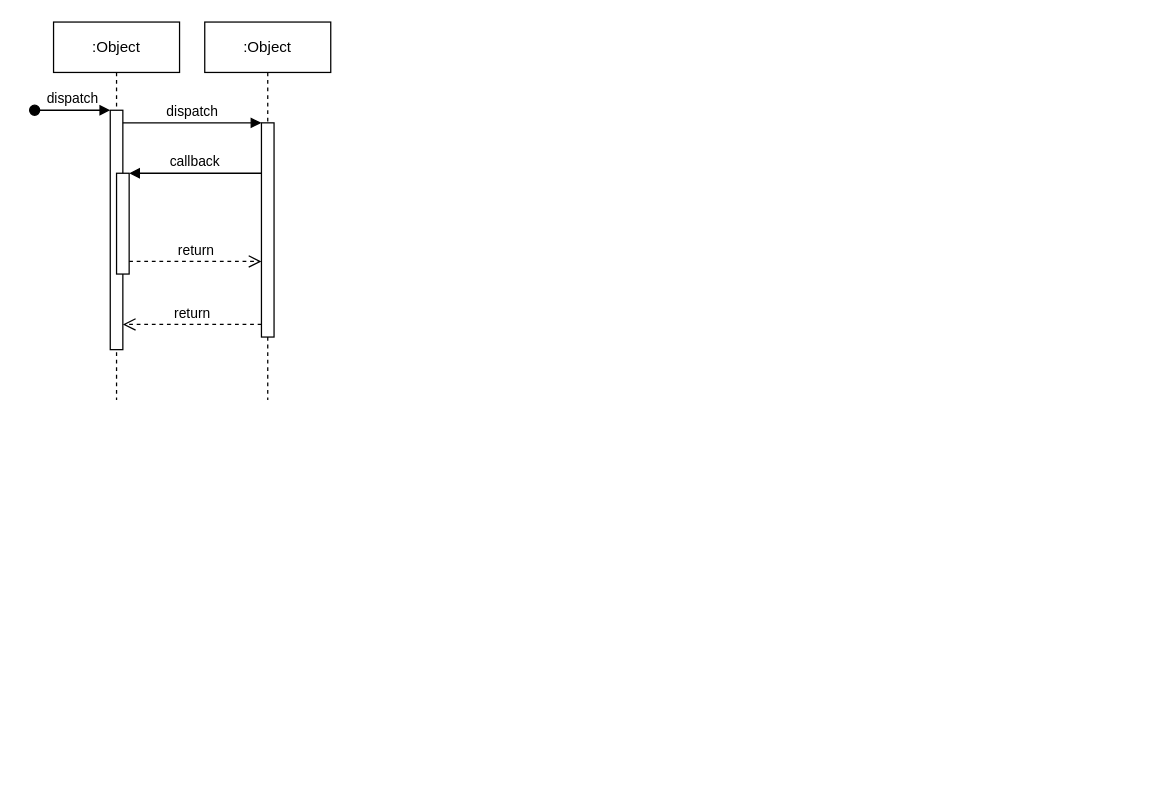
Before: demo-spring-boot/标准的用户+密码登录时序图.drawio in dexterleslie1/demonstration, a draw.io diagram. Source tidied: cells renumbered, new cells numbered last; positions are measured from the earlier drawing's top-left corner, leaving out a move shared by most shapes. Both pictures are drawn from the tidied source at 126%, with x=0, y=0 at pixel (34, 21).
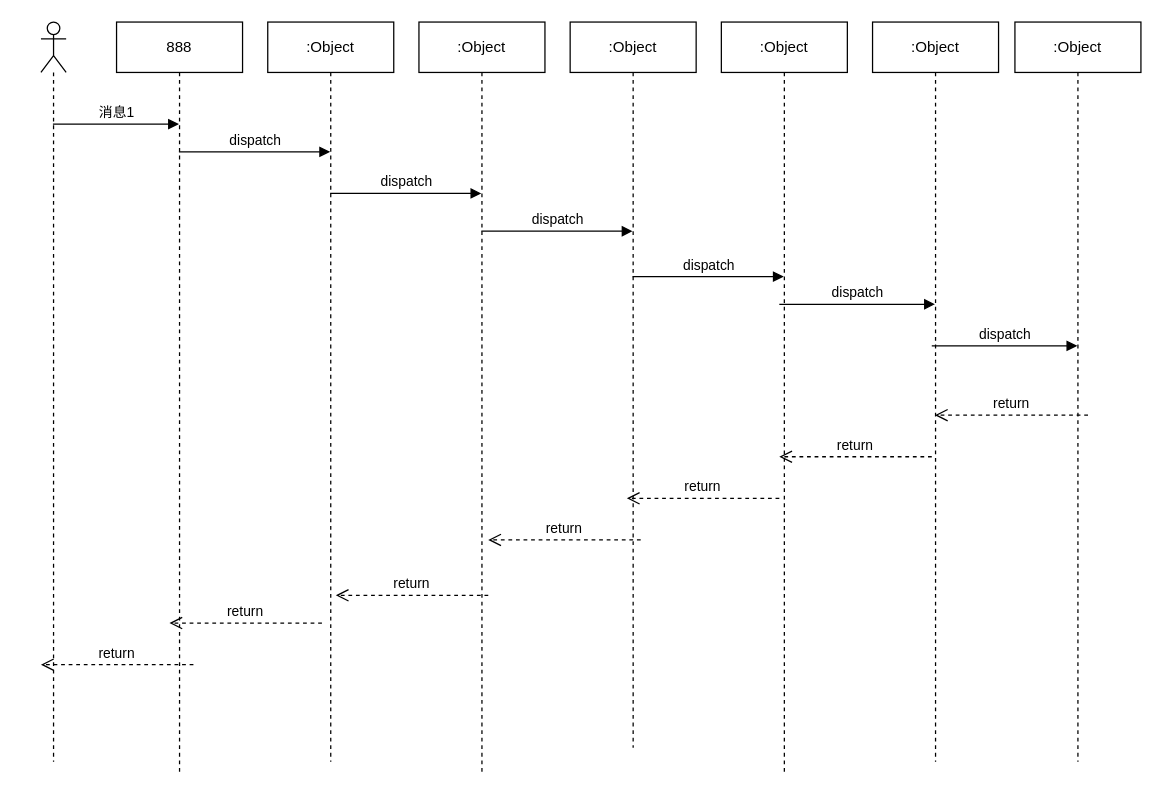
Above is the later version.

Commit message:
更新标准的用户+密码登录时序图.drawio

Diff of the diagram source:
```diff
@@
-    <mxCell id="2" value=":Object" style="shape=umlLifeline;perimeter=lifelinePerimeter;whiteSpace=wrap;html=1;newEdgeStyle={&quot;edgeStyle&quot;:&quot;elbowEdgeStyle&quot;,&quot;elbow&quot;:&quot;vertical&quot;,&quot;curved&quot;:0,&quot;rounded&quot;:0};" parent="1" vertex="1">
-      <mxGeometry x="15" width="100" height="300" as="geometry" />
-    </mxCell>
-    <mxCell id="3" style="html=1;points=[];perimeter=orthogonalPerimeter;outlineConnect=0;targetShapes=umlLifeline;portConstraint=eastwest;newEdgeStyle={&quot;edgeStyle&quot;:&quot;elbowEdgeStyle&quot;,&quot;elbow&quot;:&quot;vertical&quot;,&quot;curved&quot;:0,&quot;rounded&quot;:0};" parent="2" vertex="1">
-      <mxGeometry x="45" y="70" width="10" height="190" as="geometry" />
-    </mxCell>
-    <mxCell id="4" value="dispatch" style="html=1;verticalAlign=bottom;startArrow=oval;endArrow=block;startSize=8;edgeStyle=elbowEdgeStyle;elbow=vertical;curved=0;rounded=0;" parent="2" edge="1" target="3">
-      <mxGeometry relative="1" as="geometry">
-        <mxPoint x="-15" y="70" as="sourcePoint" />
-      </mxGeometry>
-    </mxCell>
-    <mxCell id="5" style="html=1;points=[];perimeter=orthogonalPerimeter;outlineConnect=0;targetShapes=umlLifeline;portConstraint=eastwest;newEdgeStyle={&quot;edgeStyle&quot;:&quot;elbowEdgeStyle&quot;,&quot;elbow&quot;:&quot;vertical&quot;,&quot;curved&quot;:0,&quot;rounded&quot;:0};" parent="2" vertex="1">
-      <mxGeometry x="50" y="120" width="10" height="80" as="geometry" />
-    </mxCell>
-    <mxCell id="6" value=":Object" style="shape=umlLifeline;perimeter=lifelinePerimeter;whiteSpace=wrap;html=1;newEdgeStyle={&quot;edgeStyle&quot;:&quot;elbowEdgeStyle&quot;,&quot;elbow&quot;:&quot;vertical&quot;,&quot;curved&quot;:0,&quot;rounded&quot;:0};" parent="1" vertex="1">
-      <mxGeometry x="135" width="100" height="300" as="geometry" />
-    </mxCell>
-    <mxCell id="7" style="html=1;points=[];perimeter=orthogonalPerimeter;outlineConnect=0;targetShapes=umlLifeline;portConstraint=eastwest;newEdgeStyle={&quot;edgeStyle&quot;:&quot;elbowEdgeStyle&quot;,&quot;elbow&quot;:&quot;vertical&quot;,&quot;curved&quot;:0,&quot;rounded&quot;:0};" parent="6" vertex="1">
-      <mxGeometry x="45" y="80" width="10" height="170" as="geometry" />
-    </mxCell>
-    <mxCell id="8" value="dispatch" style="html=1;verticalAlign=bottom;endArrow=block;edgeStyle=elbowEdgeStyle;elbow=vertical;curved=0;rounded=0;" parent="1" edge="1" source="3" target="7">
-      <mxGeometry relative="1" as="geometry">
-        <Array as="points">
-          <mxPoint x="155" y="80" />
-        </Array>
-      </mxGeometry>
-    </mxCell>
-    <mxCell id="9" value="return" style="html=1;verticalAlign=bottom;endArrow=open;dashed=1;endSize=8;edgeStyle=elbowEdgeStyle;elbow=vertical;curved=0;rounded=0;" parent="1" edge="1" source="7" target="3">
-      <mxGeometry relative="1" as="geometry">
-        <Array as="points">
-          <mxPoint x="165" y="240" />
-        </Array>
-      </mxGeometry>
-    </mxCell>
-    <mxCell id="10" value="callback" style="html=1;verticalAlign=bottom;endArrow=block;edgeStyle=elbowEdgeStyle;elbow=vertical;curved=0;rounded=0;" parent="1" edge="1" source="7" target="5">
-      <mxGeometry relative="1" as="geometry">
-        <Array as="points">
-          <mxPoint x="165" y="120" />
-        </Array>
-      </mxGeometry>
-    </mxCell>
-    <mxCell id="11" value="return" style="html=1;verticalAlign=bottom;endArrow=open;dashed=1;endSize=8;edgeStyle=elbowEdgeStyle;elbow=vertical;curved=0;rounded=0;" parent="1" edge="1" source="5" target="7">
-      <mxGeometry relative="1" as="geometry">
-        <Array as="points">
-          <mxPoint x="155" y="190" />
-        </Array>
-      </mxGeometry>
-    </mxCell>
+    <mxCell id="12" style="shape=umlLifeline;perimeter=lifelinePerimeter;whiteSpace=wrap;html=1;outlineConnect=0;portConstraint=eastwest;newEdgeStyle={&quot;curved&quot;:0,&quot;rounded&quot;:0};participant=umlActor;" parent="1" vertex="1">
+      <mxGeometry x="5" width="20" height="587" as="geometry" />
+    </mxCell>
+    <mxCell id="13" value="888" style="shape=umlLifeline;perimeter=lifelinePerimeter;whiteSpace=wrap;html=1;outlineConnect=0;portConstraint=eastwest;newEdgeStyle={&quot;curved&quot;:0,&quot;rounded&quot;:0};" parent="1" vertex="1">
+      <mxGeometry x="65" width="100" height="598" as="geometry" />
+    </mxCell>
+    <mxCell id="14" value=":Object" style="shape=umlLifeline;perimeter=lifelinePerimeter;whiteSpace=wrap;html=1;outlineConnect=0;portConstraint=eastwest;newEdgeStyle={&quot;curved&quot;:0,&quot;rounded&quot;:0};" parent="1" vertex="1">
+      <mxGeometry x="185" width="100" height="587" as="geometry" />
+    </mxCell>
+    <mxCell id="15" value=":Object" style="shape=umlLifeline;perimeter=lifelinePerimeter;whiteSpace=wrap;html=1;newEdgeStyle={&quot;curved&quot;:0,&quot;rounded&quot;:0};" parent="1" vertex="1">
+      <mxGeometry x="305" width="100" height="598" as="geometry" />
+    </mxCell>
+    <mxCell id="16" value=":Object" style="shape=umlLifeline;perimeter=lifelinePerimeter;whiteSpace=wrap;html=1;newEdgeStyle={&quot;curved&quot;:0,&quot;rounded&quot;:0};" parent="1" vertex="1">
+      <mxGeometry x="425" width="100" height="576" as="geometry" />
+    </mxCell>
+    <mxCell id="17" value=":Object" style="shape=umlLifeline;perimeter=lifelinePerimeter;whiteSpace=wrap;html=1;newEdgeStyle={&quot;curved&quot;:0,&quot;rounded&quot;:0};" parent="1" vertex="1">
+      <mxGeometry x="545" width="100" height="598" as="geometry" />
+    </mxCell>
+    <mxCell id="18" value=":Object" style="shape=umlLifeline;perimeter=lifelinePerimeter;whiteSpace=wrap;html=1;outlineConnect=0;portConstraint=eastwest;newEdgeStyle={&quot;curved&quot;:0,&quot;rounded&quot;:0};" parent="1" vertex="1">
+      <mxGeometry x="665" width="100" height="587" as="geometry" />
+    </mxCell>
+    <mxCell id="19" value=":Object" style="shape=umlLifeline;perimeter=lifelinePerimeter;whiteSpace=wrap;html=1;outlineConnect=0;portConstraint=eastwest;newEdgeStyle={&quot;curved&quot;:0,&quot;rounded&quot;:0};" parent="1" vertex="1">
+      <mxGeometry x="778" width="100" height="587" as="geometry" />
+    </mxCell>
+    <mxCell id="20" value="消息1" style="html=1;verticalAlign=bottom;endArrow=block;curved=0;rounded=0;" parent="1" edge="1" source="12" target="13">
+      <mxGeometry relative="1" as="geometry">
+        <Array as="points">
+          <mxPoint x="63" y="81" />
+        </Array>
+      </mxGeometry>
+    </mxCell>
+    <mxCell id="21" value="dispatch" style="html=1;verticalAlign=bottom;endArrow=block;curved=0;rounded=0;" parent="1" edge="1" source="13" target="14">
+      <mxGeometry relative="1" as="geometry">
+        <Array as="points">
+          <mxPoint x="173" y="103" />
+        </Array>
+      </mxGeometry>
+    </mxCell>
+    <mxCell id="22" value="dispatch" style="html=1;verticalAlign=bottom;endArrow=block;curved=0;rounded=0;" parent="1" edge="1">
+      <mxGeometry relative="1" as="geometry">
+        <mxPoint x="234.5" y="136" as="sourcePoint" />
+        <mxPoint x="354.5" y="136" as="targetPoint" />
+      </mxGeometry>
+    </mxCell>
+    <mxCell id="23" value="dispatch" style="html=1;verticalAlign=bottom;endArrow=block;curved=0;rounded=0;" parent="1" edge="1">
+      <mxGeometry relative="1" as="geometry">
+        <mxPoint x="354.5" y="166" as="sourcePoint" />
+        <mxPoint x="474.5" y="166" as="targetPoint" />
+      </mxGeometry>
+    </mxCell>
+    <mxCell id="24" value="dispatch" style="html=1;verticalAlign=bottom;endArrow=block;curved=0;rounded=0;" parent="1" edge="1">
+      <mxGeometry relative="1" as="geometry">
+        <mxPoint x="474.5" y="202" as="sourcePoint" />
+        <mxPoint x="594.5" y="202" as="targetPoint" />
+      </mxGeometry>
+    </mxCell>
+    <mxCell id="25" value="dispatch" style="html=1;verticalAlign=bottom;endArrow=block;curved=0;rounded=0;" parent="1" edge="1" target="18">
+      <mxGeometry relative="1" as="geometry">
+        <mxPoint x="591" y="224" as="sourcePoint" />
+      </mxGeometry>
+    </mxCell>
+    <mxCell id="26" value="dispatch" style="html=1;verticalAlign=bottom;endArrow=block;curved=0;rounded=0;" parent="1" edge="1" target="19">
+      <mxGeometry relative="1" as="geometry">
+        <mxPoint x="712" y="257" as="sourcePoint" />
+      </mxGeometry>
+    </mxCell>
+    <mxCell id="27" value="return" style="html=1;verticalAlign=bottom;endArrow=open;dashed=1;endSize=8;curved=0;rounded=0;" parent="1" edge="1" target="18">
+      <mxGeometry relative="1" as="geometry">
+        <mxPoint x="836" y="312" as="sourcePoint" />
+      </mxGeometry>
+    </mxCell>
+    <mxCell id="28" value="return" style="html=1;verticalAlign=bottom;endArrow=open;dashed=1;endSize=8;curved=0;rounded=0;" parent="1" edge="1">
+      <mxGeometry relative="1" as="geometry">
+        <mxPoint x="712" y="345" as="sourcePoint" />
+        <mxPoint x="591" y="345" as="targetPoint" />
+      </mxGeometry>
+    </mxCell>
+    <mxCell id="29" value="return" style="html=1;verticalAlign=bottom;endArrow=open;dashed=1;endSize=8;curved=0;rounded=0;" parent="1" edge="1">
+      <mxGeometry relative="1" as="geometry">
+        <mxPoint x="591" y="378" as="sourcePoint" />
+        <mxPoint x="470" y="378" as="targetPoint" />
+      </mxGeometry>
+    </mxCell>
+    <mxCell id="30" value="return" style="html=1;verticalAlign=bottom;endArrow=open;dashed=1;endSize=8;curved=0;rounded=0;" parent="1" edge="1">
+      <mxGeometry relative="1" as="geometry">
+        <mxPoint x="481" y="411" as="sourcePoint" />
+        <mxPoint x="360" y="411" as="targetPoint" />
+      </mxGeometry>
+    </mxCell>
+    <mxCell id="31" value="return" style="html=1;verticalAlign=bottom;endArrow=open;dashed=1;endSize=8;curved=0;rounded=0;" parent="1" edge="1">
+      <mxGeometry relative="1" as="geometry">
+        <mxPoint x="360" y="455" as="sourcePoint" />
+        <mxPoint x="239" y="455" as="targetPoint" />
+      </mxGeometry>
+    </mxCell>
+    <mxCell id="32" value="return" style="html=1;verticalAlign=bottom;endArrow=open;dashed=1;endSize=8;curved=0;rounded=0;" parent="1" edge="1">
+      <mxGeometry relative="1" as="geometry">
+        <mxPoint x="228" y="477" as="sourcePoint" />
+        <mxPoint x="107" y="477" as="targetPoint" />
+      </mxGeometry>
+    </mxCell>
+    <mxCell id="33" value="return" style="html=1;verticalAlign=bottom;endArrow=open;dashed=1;endSize=8;curved=0;rounded=0;" parent="1" edge="1">
+      <mxGeometry relative="1" as="geometry">
+        <mxPoint x="126" y="510" as="sourcePoint" />
+        <mxPoint x="5" y="510" as="targetPoint" />
+      </mxGeometry>
+    </mxCell>
```
